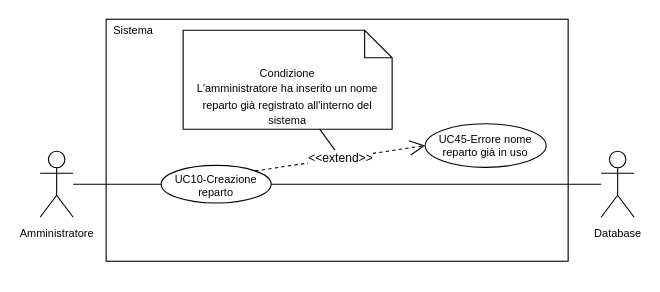
This is 2-RTB/Documenti_esterni/Analisi_dei_requisiti/draw.io/UC10.drawio from SnakeByteTeam/snakebyteteam.github.io, a draw.io file, before an edit. Source tidied: cells renumbered, new cells numbered last; positions are measured from the earlier drawing's top-left corner, leaving out a move shared by most shapes. Both pictures are drawn from the tidied source at 110%, with x=0, y=0 at pixel (40, 19).
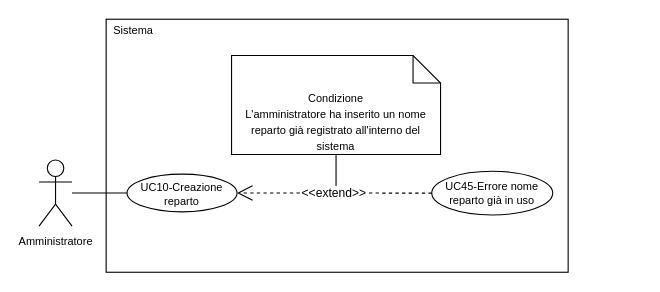
Above is the later version.

What changed in the source:
```diff
@@
 <mxGraphModel>
   <root>
     <mxCell id="0" />
     <mxCell id="1" parent="0" />
     <mxCell id="2" value="&lt;font style=&quot;font-size: 10px; line-height: 100%;&quot;&gt;Amministratore&lt;/font&gt;" style="shape=umlActor;verticalLabelPosition=bottom;verticalAlign=top;html=1;outlineConnect=0;" parent="1" vertex="1">
-      <mxGeometry y="120" width="30" height="60" as="geometry" />
+      <mxGeometry x="-1" y="128" width="30" height="60" as="geometry" />
     </mxCell>
     <mxCell id="3" style="rounded=0;whiteSpace=wrap;html=1;" parent="1" vertex="1">
-      <mxGeometry x="60" width="420" height="220" as="geometry" />
+      <mxGeometry x="60" width="420" height="230" as="geometry" />
     </mxCell>
     <mxCell id="4" style="edgeStyle=orthogonalEdgeStyle;rounded=0;jettySize=auto;html=1;exitX=0;exitY=0.5;exitDx=0;exitDy=0;endArrow=none;endFill=0;" parent="1" edge="1" source="5" target="2">
       <mxGeometry relative="1" as="geometry" />
     </mxCell>
     <mxCell id="5" value="&lt;div style=&quot;line-height: 100%;&quot;&gt;&lt;div&gt;&lt;font style=&quot;line-height: 100%; font-size: 10px;&quot;&gt;UC10-Creazione&lt;/font&gt;&lt;/div&gt;&lt;div&gt;&lt;font style=&quot;line-height: 100%; font-size: 10px;&quot;&gt;reparto&lt;/font&gt;&lt;/div&gt;&lt;/div&gt;" style="ellipse;whiteSpace=wrap;html=1;" parent="1" vertex="1">
-      <mxGeometry x="110" y="132.8" width="100" height="34.3" as="geometry" />
+      <mxGeometry x="79" y="140.8" width="100" height="34.3" as="geometry" />
     </mxCell>
     <mxCell id="6" value="&lt;font style=&quot;font-size: 10px;&quot;&gt;Sistema&lt;/font&gt;" style="text;html=1;whiteSpace=wrap;strokeColor=none;fillColor=none;align=center;verticalAlign=middle;rounded=0;" parent="1" vertex="1">
       <mxGeometry x="60" width="50" height="20" as="geometry" />
     </mxCell>
     <mxCell id="7" value="&lt;div style=&quot;line-height: 100%;&quot;&gt;&lt;font style=&quot;line-height: 100%; font-size: 10px;&quot;&gt;UC45-Errore nome&lt;br&gt;&lt;/font&gt;&lt;/div&gt;&lt;div style=&quot;line-height: 100%;&quot;&gt;&lt;font style=&quot;line-height: 100%; font-size: 10px;&quot;&gt;reparto&amp;nbsp;&lt;/font&gt;&lt;span style=&quot;font-size: 10px; background-color: transparent; color: light-dark(rgb(0, 0, 0), rgb(255, 255, 255));&quot;&gt;già in uso&lt;/span&gt;&lt;/div&gt;" style="ellipse;whiteSpace=wrap;html=1;" parent="1" vertex="1">
-      <mxGeometry x="350" y="95" width="110" height="39.7" as="geometry" />
+      <mxGeometry x="356" y="138.2" width="110" height="39.7" as="geometry" />
     </mxCell>
-    <mxCell id="8" style="rounded=0;orthogonalLoop=1;jettySize=auto;html=1;endArrow=none;endFill=0;" parent="1" edge="1">
+    <mxCell id="8" style="rounded=0;jettySize=auto;html=1;endArrow=none;endFill=0;exitX=0.5;exitY=1;exitDx=0;exitDy=0;exitPerimeter=0;" parent="1" edge="1" source="9">
       <mxGeometry relative="1" as="geometry">
-        <mxPoint x="246.2" y="89" as="sourcePoint" />
-        <mxPoint x="268" y="119" as="targetPoint" />
+        <mxPoint x="269" y="158" as="targetPoint" />
       </mxGeometry>
     </mxCell>
     <mxCell id="9" value="&lt;font style=&quot;font-size: 10px; line-height: 100%;&quot;&gt;Condizione&lt;/font&gt;&lt;div&gt;&lt;font style=&quot;font-size: 10px; line-height: 100%;&quot;&gt;L'amministratore ha inserito un nome reparto già registrato all'interno del sistema&lt;/font&gt;&lt;/div&gt;" style="shape=note2;boundedLbl=1;whiteSpace=wrap;html=1;size=25;verticalAlign=top;align=center;" parent="1" vertex="1">
-      <mxGeometry x="130" y="10" width="190" height="90" as="geometry" />
+      <mxGeometry x="174" y="33" width="190" height="90" as="geometry" />
     </mxCell>
-    <mxCell id="10" value="&amp;lt;&amp;lt;extend&amp;gt;&amp;gt;" style="endArrow=open;endSize=12;dashed=1;html=1;rounded=0;entryX=0;entryY=0.5;entryDx=0;entryDy=0;exitX=1;exitY=0;exitDx=0;exitDy=0;" parent="1" edge="1" source="5" target="7">
+    <mxCell id="10" value="&amp;lt;&amp;lt;extend&amp;gt;&amp;gt;" style="endArrow=open;endSize=12;dashed=1;html=1;rounded=0;exitX=0;exitY=0.5;exitDx=0;exitDy=0;entryX=1;entryY=0.5;entryDx=0;entryDy=0;" parent="1" edge="1" source="7" target="5">
       <mxGeometry relative="1" as="geometry" />
     </mxCell>
-    <mxCell id="11" style="edgeStyle=orthogonalEdgeStyle;rounded=0;jettySize=auto;html=1;entryX=1;entryY=0.5;entryDx=0;entryDy=0;endArrow=none;endFill=0;" parent="1" edge="1" source="12" target="5">
-      <mxGeometry relative="1" as="geometry" />
-    </mxCell>
-    <mxCell id="12" value="&lt;font style=&quot;font-size: 10px; line-height: 100%;&quot;&gt;Database&lt;/font&gt;" style="shape=umlActor;verticalLabelPosition=bottom;verticalAlign=top;html=1;outlineConnect=0;" parent="1" vertex="1">
-      <mxGeometry x="510" y="120" width="30" height="60" as="geometry" />
-    </mxCell>
   </root>
 </mxGraphModel>
```
